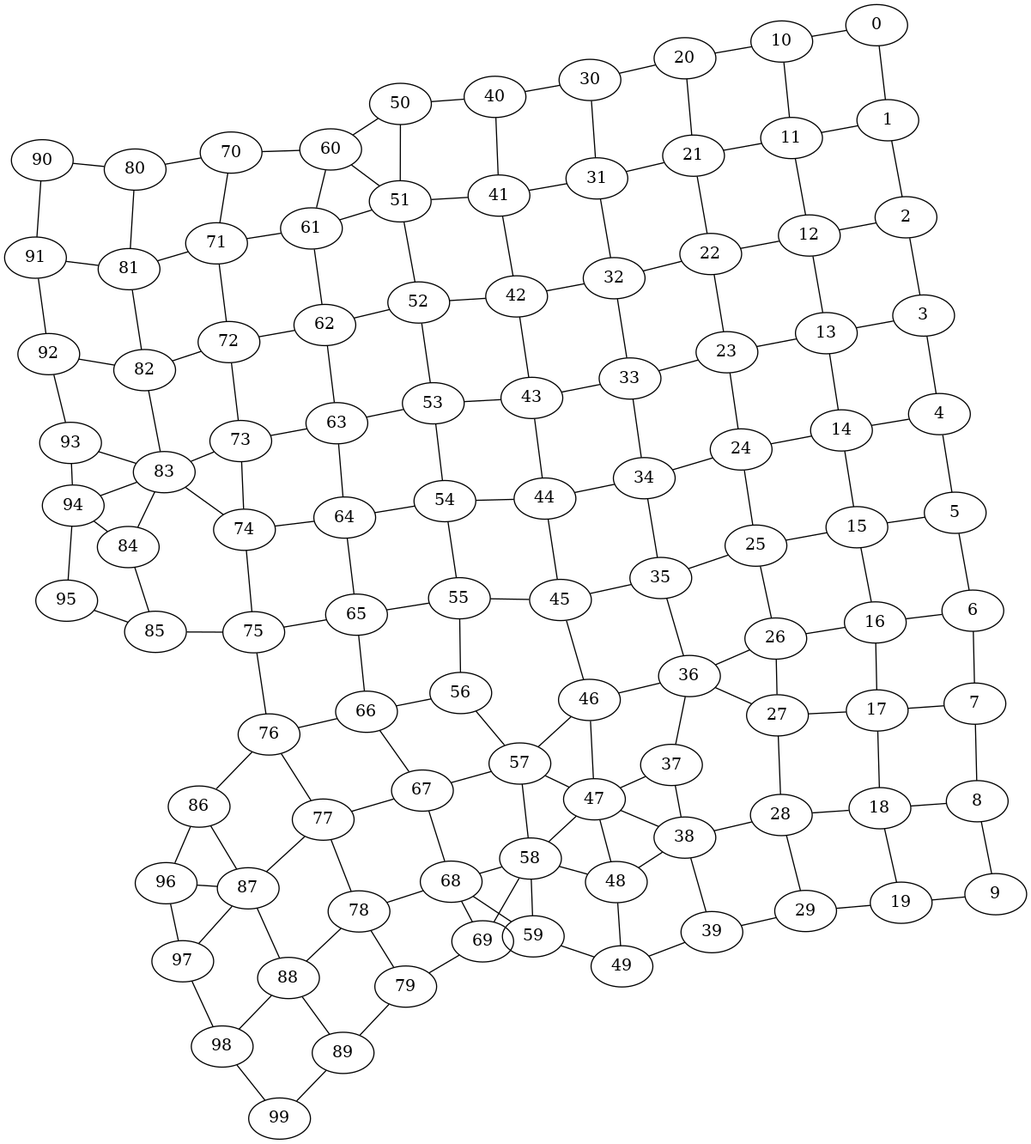
Before: fig/graph.png, a diagram exported from Graphviz (lorenzorizzi17/urban_network). Its source is kept beside it as fig/graph.dot. Its diagram source:
```dot
graph G {
0;
1;
2;
3;
4;
5;
6;
7;
8;
9;
10;
11;
12;
13;
14;
15;
16;
17;
18;
19;
20;
21;
22;
23;
24;
25;
26;
27;
28;
29;
30;
31;
32;
33;
34;
35;
36;
37;
38;
39;
40;
41;
42;
43;
44;
45;
46;
47;
48;
49;
50;
51;
52;
53;
54;
55;
56;
57;
58;
59;
60;
61;
62;
63;
64;
65;
66;
67;
68;
69;
70;
71;
72;
73;
74;
75;
76;
77;
78;
79;
80;
81;
82;
83;
84;
85;
86;
87;
88;
89;
90;
91;
92;
93;
94;
95;
96;
97;
98;
99;
0--1 ;
0--10 ;
1--11 ;
1--2 ;
2--12 ;
2--3 ;
3--13 ;
3--4 ;
4--14 ;
4--5 ;
5--15 ;
5--6 ;
6--16 ;
6--7 ;
7--17 ;
7--8 ;
8--18 ;
8--9 ;
9--19 ;
10--11 ;
10--20 ;
11--21 ;
11--12 ;
12--22 ;
12--13 ;
13--23 ;
13--14 ;
14--24 ;
14--15 ;
15--25 ;
15--16 ;
16--26 ;
16--17 ;
17--27 ;
17--18 ;
18--28 ;
18--19 ;
19--29 ;
20--21 ;
20--30 ;
21--31 ;
21--22 ;
22--32 ;
22--23 ;
23--33 ;
23--24 ;
24--34 ;
24--25 ;
25--35 ;
25--26 ;
26--36 ;
26--27 ;
27--28 ;
28--38 ;
28--29 ;
29--39 ;
30--31 ;
30--40 ;
31--41 ;
31--32 ;
32--42 ;
32--33 ;
33--43 ;
33--34 ;
34--44 ;
34--35 ;
35--45 ;
35--36 ;
36--46 ;
36--37 ;
37--47 ;
37--38 ;
38--48 ;
38--39 ;
39--49 ;
40--41 ;
40--50 ;
41--51 ;
41--42 ;
42--52 ;
42--43 ;
43--53 ;
43--44 ;
44--54 ;
44--45 ;
45--55 ;
45--46 ;
46--47 ;
47--57 ;
47--48 ;
48--58 ;
48--49 ;
49--59 ;
50--51 ;
50--60 ;
51--61 ;
51--52 ;
52--62 ;
52--53 ;
53--63 ;
53--54 ;
54--64 ;
54--55 ;
55--65 ;
55--56 ;
56--66 ;
56--57 ;
57--67 ;
57--58 ;
58--68 ;
58--59 ;
59--69 ;
60--61 ;
60--70 ;
61--71 ;
61--62 ;
62--72 ;
62--63 ;
63--73 ;
63--64 ;
64--74 ;
64--65 ;
65--75 ;
65--66 ;
66--76 ;
66--67 ;
67--77 ;
67--68 ;
68--78 ;
68--69 ;
69--79 ;
70--71 ;
70--80 ;
71--81 ;
71--72 ;
72--82 ;
72--73 ;
73--83 ;
73--74 ;
74--75 ;
75--85 ;
75--76 ;
76--86 ;
76--77 ;
77--87 ;
77--78 ;
78--88 ;
78--79 ;
79--89 ;
80--81 ;
80--90 ;
81--91 ;
81--82 ;
82--92 ;
82--83 ;
83--93 ;
83--84 ;
84--94 ;
84--85 ;
85--95 ;
86--96 ;
86--87 ;
87--97 ;
87--88 ;
88--98 ;
88--89 ;
89--99 ;
90--91 ;
91--92 ;
92--93 ;
93--94 ;
94--95 ;
96--97 ;
97--98 ;
98--99 ;
38--47 ;
51--60 ;
57--46 ;
68--59 ;
47--58 ;
83--94 ;
58--69 ;
36--27 ;
87--96 ;
83--74 ;
}
```
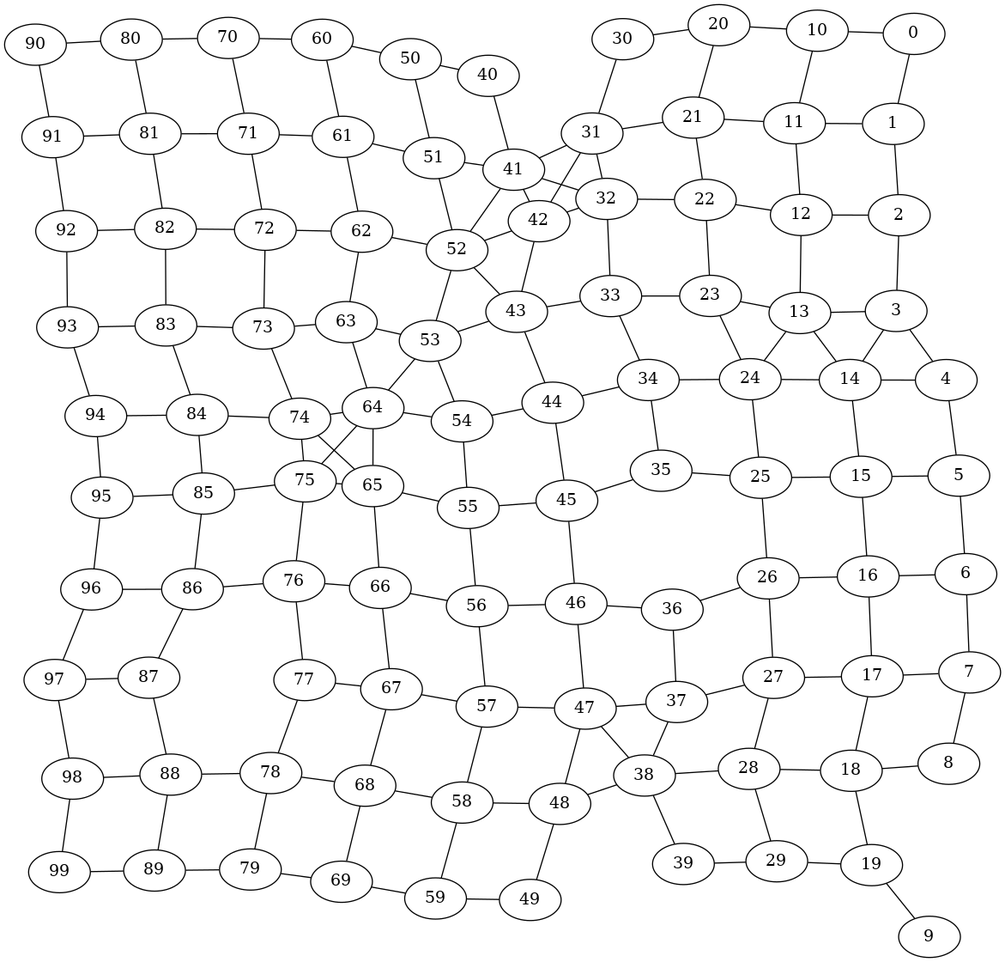
After the change.

Change to the diagram source:
```diff
@@ -116,7 +116,6 @@
 7--17 ;
 7--8 ;
 8--18 ;
-8--9 ;
 9--19 ;
 10--11 ;
 10--20 ;
@@ -151,12 +150,12 @@
 25--26 ;
 26--36 ;
 26--27 ;
+27--37 ;
 27--28 ;
 28--38 ;
 28--29 ;
 29--39 ;
 30--31 ;
-30--40 ;
 31--41 ;
 31--32 ;
 32--42 ;
@@ -166,14 +165,12 @@
 34--44 ;
 34--35 ;
 35--45 ;
-35--36 ;
 36--46 ;
 36--37 ;
 37--47 ;
 37--38 ;
 38--48 ;
 38--39 ;
-39--49 ;
 40--41 ;
 40--50 ;
 41--51 ;
@@ -186,6 +183,7 @@
 44--45 ;
 45--55 ;
 45--46 ;
+46--56 ;
 46--47 ;
 47--57 ;
 47--48 ;
@@ -238,12 +236,12 @@
 72--73 ;
 73--83 ;
 73--74 ;
+74--84 ;
 74--75 ;
 75--85 ;
 75--76 ;
 76--86 ;
 76--77 ;
-77--87 ;
 77--78 ;
 78--88 ;
 78--79 ;
@@ -259,6 +257,7 @@
 84--94 ;
 84--85 ;
 85--95 ;
+85--86 ;
 86--96 ;
 86--87 ;
 87--97 ;
@@ -271,17 +270,18 @@
 92--93 ;
 93--94 ;
 94--95 ;
+95--96 ;
 96--97 ;
 97--98 ;
 98--99 ;
-38--47 ;
-51--60 ;
-57--46 ;
-68--59 ;
-47--58 ;
-83--94 ;
-58--69 ;
-36--27 ;
-87--96 ;
-83--74 ;
+52--41 ;
+14--3 ;
+31--42 ;
+47--38 ;
+53--64 ;
+65--74 ;
+41--32 ;
+24--13 ;
+64--75 ;
+52--43 ;
 }
```
